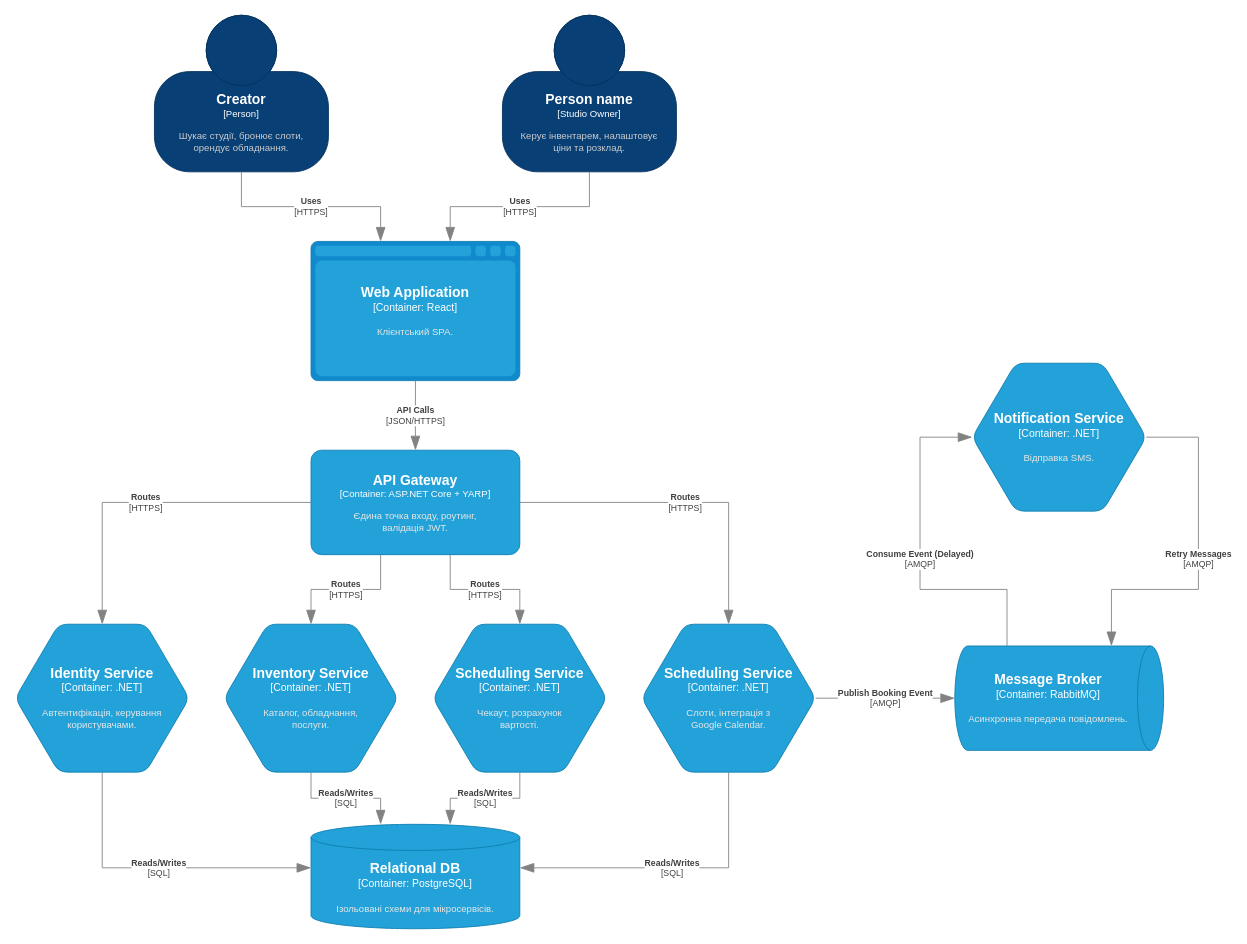
Earlier version of the draw.io diagram docs/assets/drawio/c4-level-2-container.drawio (spnchdev/cse-3-createspace). Source tidied: cells renumbered, new cells numbered last; positions are measured from the earlier drawing's top-left corner, leaving out a move shared by most shapes. Both pictures are drawn from the tidied source at 87%, with x=0, y=0 at pixel (15, 15).
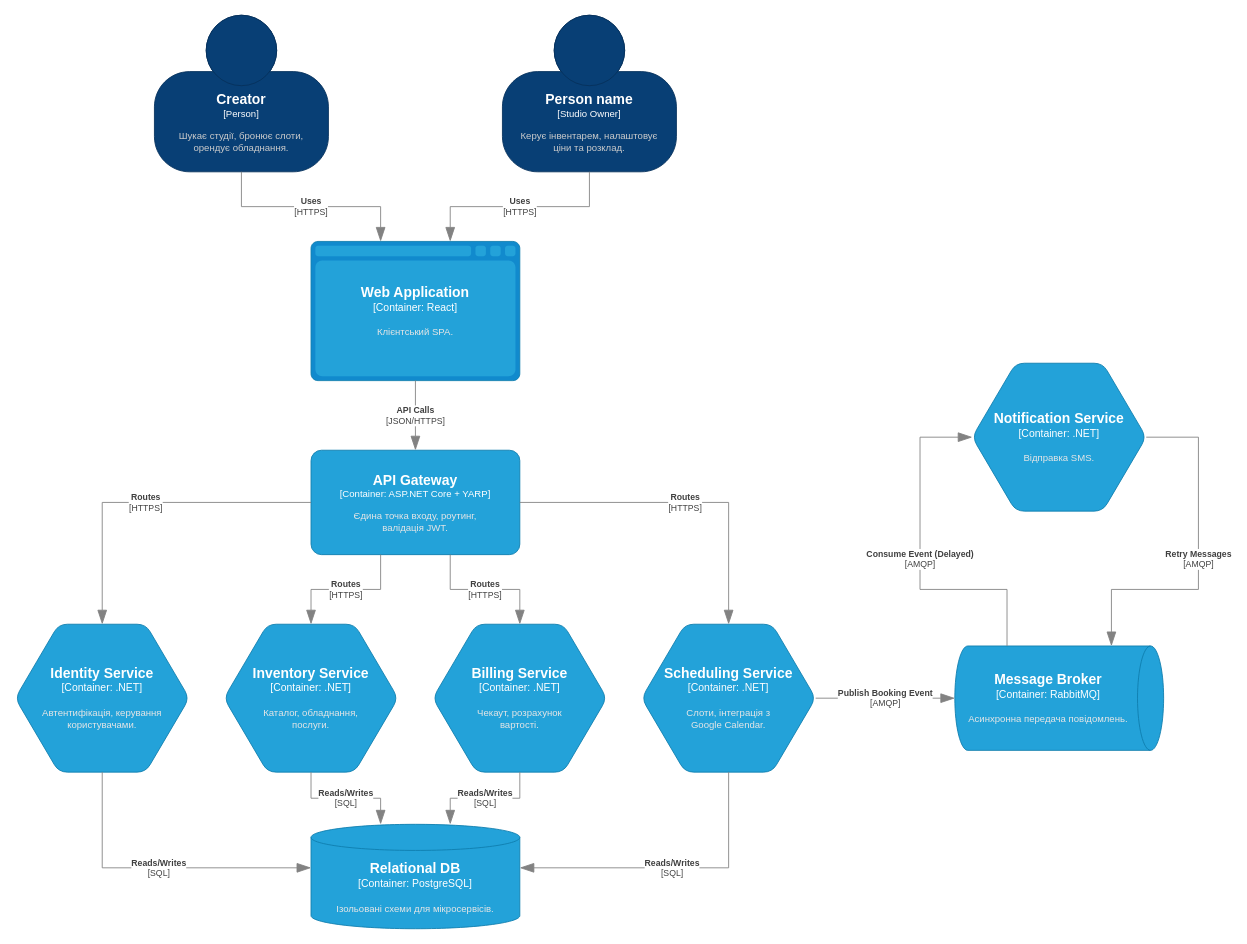
Above is the later version.

Commit message (it also covers changes not shown here):
chore(lab2): rework small mistake in diagram

Diff of the diagram source:
```diff
@@
-    <object id="12" label="&lt;font style=&quot;font-size: 16px&quot;&gt;&lt;b&gt;%c4Name%&lt;/b&gt;&lt;/font&gt;&lt;div&gt;[%c4Type%:&amp;nbsp;%c4Technology%]&lt;/div&gt;&lt;br&gt;&lt;div&gt;&lt;font style=&quot;font-size: 11px&quot;&gt;&lt;font color=&quot;#E6E6E6&quot;&gt;%c4Description%&lt;/font&gt;&lt;/div&gt;" c4Description="Чекаут, розрахунок&#10;вартості." c4Name="Scheduling Service" c4Technology=".NET" c4Type="Container" placeholders="1">
+    <object id="12" label="&lt;font style=&quot;font-size: 16px&quot;&gt;&lt;b&gt;%c4Name%&lt;/b&gt;&lt;/font&gt;&lt;div&gt;[%c4Type%:&amp;nbsp;%c4Technology%]&lt;/div&gt;&lt;br&gt;&lt;div&gt;&lt;font style=&quot;font-size: 11px&quot;&gt;&lt;font color=&quot;#E6E6E6&quot;&gt;%c4Description%&lt;/font&gt;&lt;/div&gt;" c4Description="Чекаут, розрахунок&#10;вартості." c4Name="Billing Service" c4Technology=".NET" c4Type="Container" placeholders="1">
       <mxCell style="shape=hexagon;size=50;perimeter=hexagonPerimeter2;whiteSpace=wrap;html=1;fixedSize=1;rounded=1;labelBackgroundColor=none;fillColor=#23A2D9;fontSize=12;fontColor=#ffffff;align=center;strokeColor=#0E7DAD;points=[[0.5,0,0],[1,0.25,0],[1,0.5,0],[1,0.75,0],[0.5,1,0],[0,0.75,0],[0,0.5,0],[0,0.25,0]];" parent="1" vertex="1">
         <mxGeometry x="480" y="700" width="200" height="170" as="geometry" />
       </mxCell>
     </object>
```
